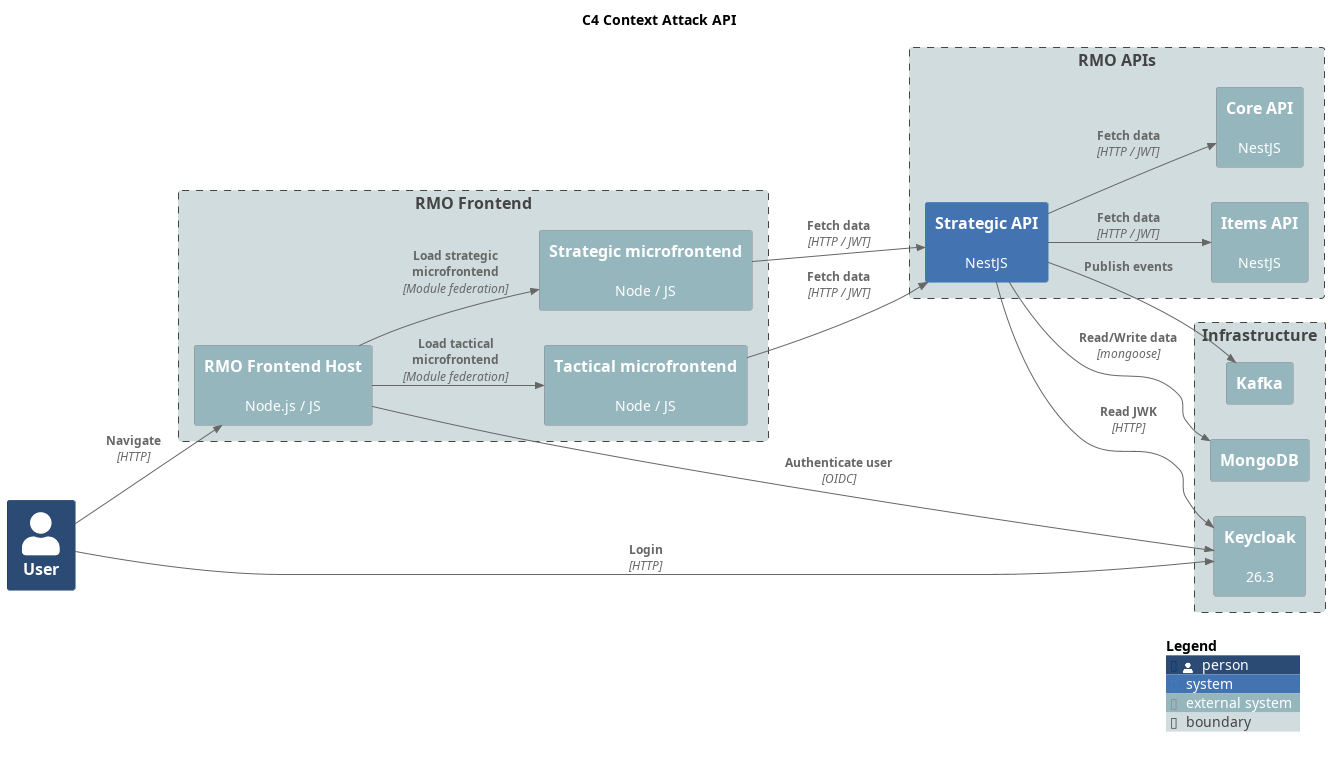
Earlier version of the PlantUML export diagrams/c4-context.png (labcabrera/rmu-api-items).
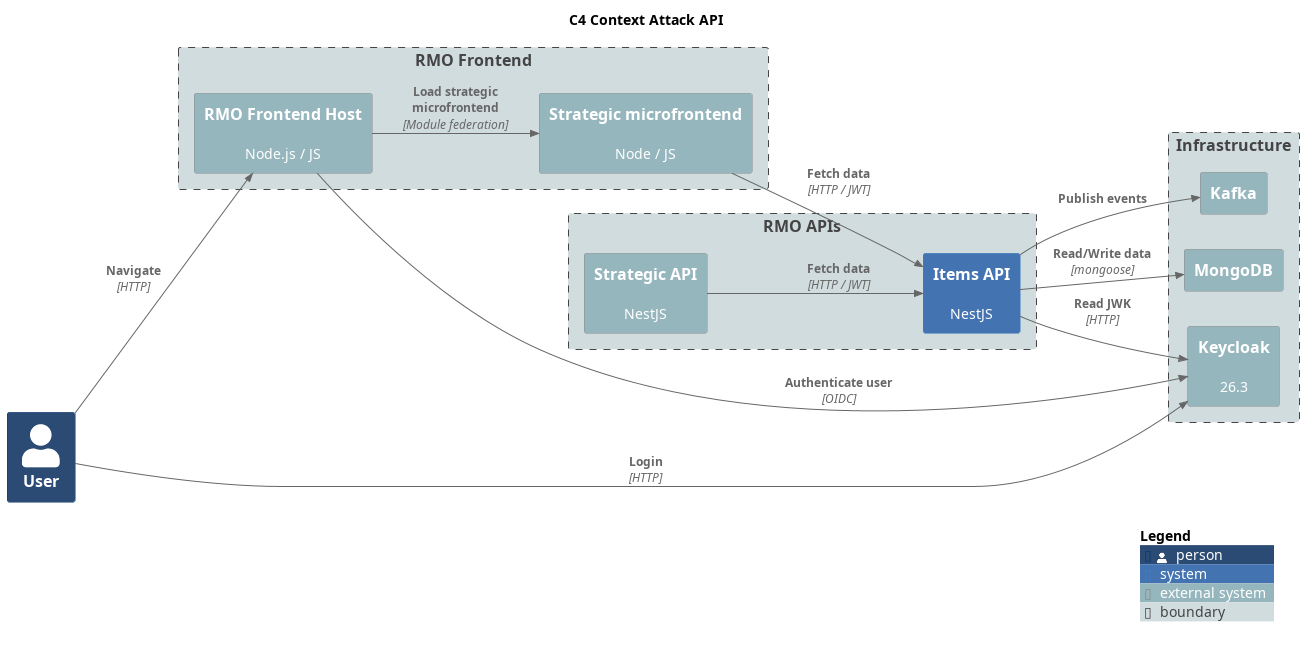
After the commit.

Commit message:
Cleanup + diagram.

The edit, as a diff of the source:
```diff
@@ -15,13 +15,11 @@
 Boundary(frontend, "RMO Frontend") {
     System_Ext(rmu_fe_host, "RMO Frontend Host", "Node.js / JS")
     System_Ext(rmu_fe_strategic, "Strategic microfrontend", "Node / JS")
-    System_Ext(rmu_fe_tactical, "Tactical microfrontend", "Node / JS")
 }
 
 Boundary(apis, "RMO APIs") {
-    System(rmu_api_strategic, "Strategic API", "NestJS")
-    System_Ext(rmu_api_core, "Core API", "NestJS")
-    System_Ext(rmu_api_items, "Items API", "NestJS")
+    System(rmu_api_items, "Items API", "NestJS")
+    System_Ext(rmu_api_strategic, "Strategic API", "NestJS")
 }
 
 Boundary(infrastructure, "Infrastructure") {
@@ -35,20 +33,17 @@
 
 
 Rel(rmu_fe_host, rmu_fe_strategic, "Load strategic microfrontend", "Module federation")
-Rel(rmu_fe_host, rmu_fe_tactical, "Load tactical microfrontend", "Module federation")
 Rel(rmu_fe_host, keycloak, "Authenticate user", "OIDC")
 
-Rel(rmu_fe_strategic, rmu_api_strategic, "Fetch data", "HTTP / JWT")
-Rel(rmu_fe_tactical, rmu_api_strategic, "Fetch data", "HTTP / JWT")
+Rel(rmu_fe_strategic, rmu_api_items, "Fetch data", "HTTP / JWT")
 
-Rel(rmu_api_strategic, rmu_api_core, "Fetch data", "HTTP / JWT")
 Rel(rmu_api_strategic, rmu_api_items, "Fetch data", "HTTP / JWT")
 
-Rel(rmu_api_strategic, mongodb, "Read/Write data", "mongoose")
+Rel(rmu_api_items, mongodb, "Read/Write data", "mongoose")
 
-Rel(rmu_api_strategic, keycloak, "Read JWK", "HTTP")
+Rel(rmu_api_items, keycloak, "Read JWK", "HTTP")
 
-Rel(rmu_api_strategic, kafka, "Publish events", "")
+Rel(rmu_api_items, kafka, "Publish events", "")
 
 SHOW_LEGEND()
 
```
